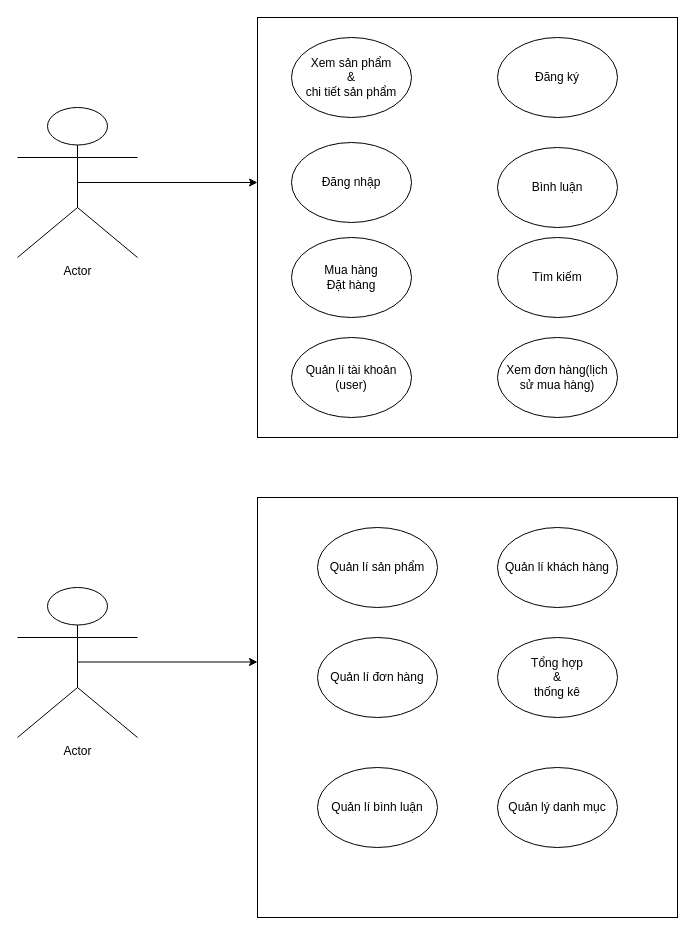
KhoantenKhoan/Team5 keeps this draw.io diagram as case.drawio. Above is the earlier version. Source tidied: cells renumbered, new cells numbered last; positions are measured from the earlier drawing's top-left corner, leaving out a move shared by most shapes. Both pictures are drawn from the tidied source at 100%, with x=0, y=0 at pixel (17, 17).
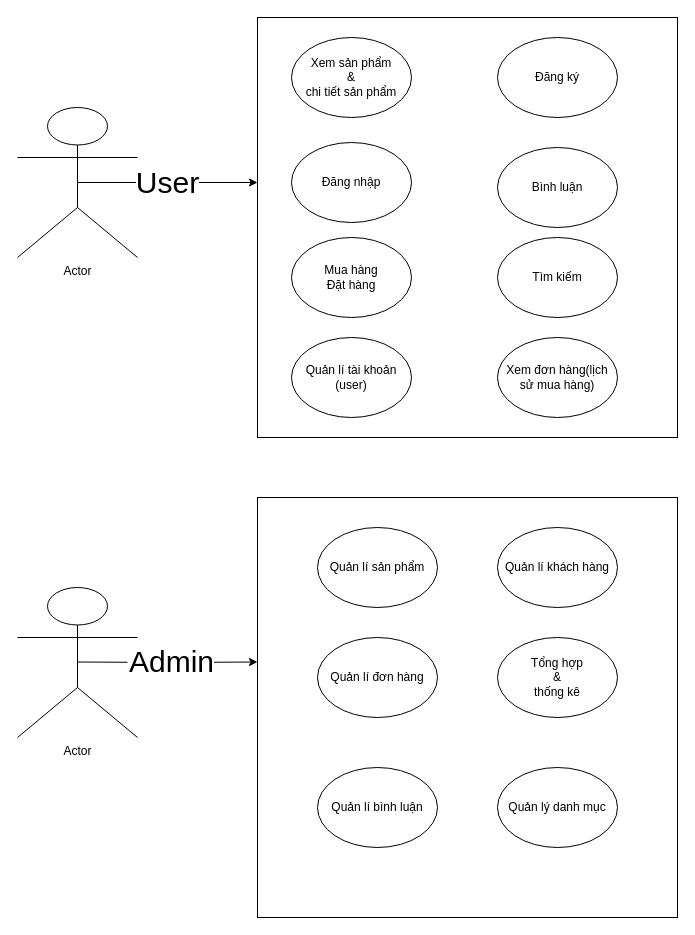
After the change.

Unchanged cells that the change refers to:
```xml
<mxCell id="2" value="Actor" style="shape=umlActor;verticalLabelPosition=bottom;verticalAlign=top;html=1;outlineConnect=0;" parent="1" vertex="1">
  <mxGeometry y="90" width="120" height="150" as="geometry" />
</mxCell>
```

What changed in the source:
```diff
@@
-    <mxCell id="4" style="endArrow=classic;html=1;rounded=0;exitX=0.5;exitY=0.5;exitDx=0;exitDy=0;exitPerimeter=0;" parent="1" edge="1" source="2">
+    <mxCell id="4" value="User" style="endArrow=classic;html=1;rounded=0;exitX=0.5;exitY=0.5;exitDx=0;exitDy=0;exitPerimeter=0;fontSize=30;" parent="1" edge="1" source="2">
       <mxGeometry relative="1" as="geometry">
         <mxPoint x="240" y="165" as="targetPoint" />
+        <Array as="points">
+          <mxPoint x="150" y="165" />
+        </Array>
       </mxGeometry>
     </mxCell>
-    <mxCell id="5" style="endArrow=classic;html=1;rounded=0;exitX=0.5;exitY=0.5;exitDx=0;exitDy=0;exitPerimeter=0;" parent="1" edge="1">
+    <mxCell id="5" style="endArrow=classic;html=1;rounded=0;exitX=0.5;exitY=0.5;exitDx=0;exitDy=0;exitPerimeter=0;startArrow=none;" parent="1" edge="1" source="22">
       <mxGeometry relative="1" as="geometry">
-        <mxPoint x="60" y="644.5" as="sourcePoint" />
         <mxPoint x="240" y="644.5" as="targetPoint" />
       </mxGeometry>
     </mxCell>
@@
+    <mxCell id="22" value="&lt;span style=&quot;color: rgb(0 , 0 , 0) ; font-family: &amp;#34;helvetica&amp;#34; ; font-size: 30px ; font-style: normal ; font-weight: 400 ; letter-spacing: normal ; text-align: center ; text-indent: 0px ; text-transform: none ; word-spacing: 0px ; background-color: rgb(255 , 255 , 255) ; display: inline ; float: none&quot;&gt;Admin&lt;/span&gt;" style="text;whiteSpace=wrap;html=1;fontSize=30;" parent="1" vertex="1">
+      <mxGeometry x="110" y="620" width="90" height="50" as="geometry" />
+    </mxCell>
+    <mxCell id="23" style="endArrow=none;html=1;rounded=0;exitX=0.5;exitY=0.5;exitDx=0;exitDy=0;exitPerimeter=0;" parent="1" edge="1" target="22">
+      <mxGeometry relative="1" as="geometry">
+        <mxPoint x="60" y="644.5" as="sourcePoint" />
+      </mxGeometry>
+    </mxCell>
```
